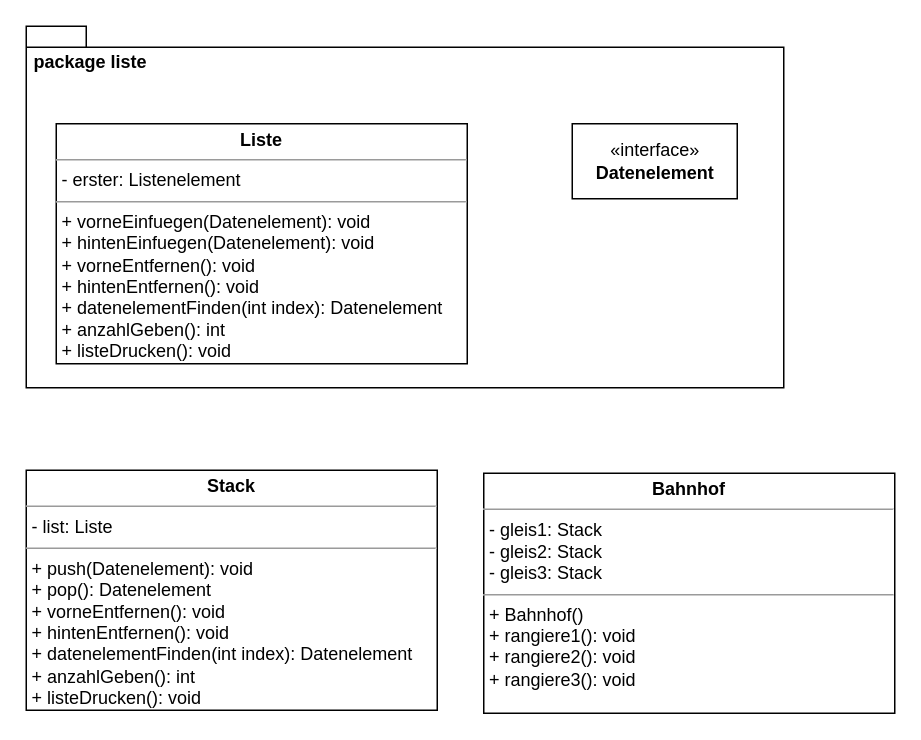
Above: page "Klassendiagramm" (1 of 2) of stack.drawio in JoernWVSG/diagram (draw.io), before the change. Source tidied: cells renumbered, new cells numbered last; positions are measured from the earlier drawing's top-left corner, leaving out a move shared by most shapes. Both pictures are drawn from the tidied source at 150%, with x=0, y=0 at pixel (26, 26).
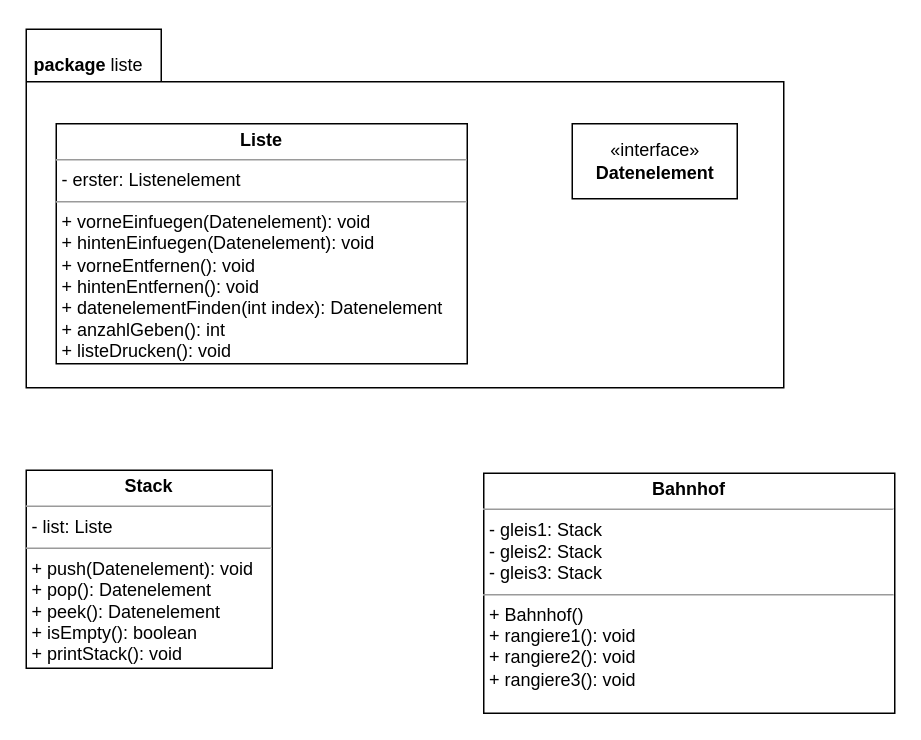
After the change.

Diff of the diagram source:
```diff
@@
 <mxGraphModel>
   <root>
     <mxCell id="0" />
     <mxCell id="1" parent="0" />
     <mxCell id="2" value="&lt;p style=&quot;margin: 0px ; margin-top: 4px ; text-align: center&quot;&gt;&lt;b&gt;Liste&lt;/b&gt;&lt;/p&gt;&lt;hr size=&quot;1&quot;&gt;&lt;p style=&quot;margin: 0px ; margin-left: 4px&quot;&gt;- erster: Listenelement&lt;/p&gt;&lt;hr size=&quot;1&quot;&gt;&lt;p style=&quot;margin: 0px 0px 0px 4px&quot;&gt;+ vorneEinfuegen(Datenelement): void&lt;/p&gt;&lt;p style=&quot;margin: 0px 0px 0px 4px&quot;&gt;+ hintenEinfuegen(Datenelement): void&lt;/p&gt;&lt;p style=&quot;margin: 0px 0px 0px 4px&quot;&gt;+ vorneEntfernen(): void&lt;/p&gt;&lt;p style=&quot;margin: 0px 0px 0px 4px&quot;&gt;+ hintenEntfernen(): void&lt;/p&gt;&lt;p style=&quot;margin: 0px 0px 0px 4px&quot;&gt;+ datenelementFinden(int index): Datenelement&lt;br&gt;+ anzahlGeben(): int&lt;/p&gt;&lt;p style=&quot;margin: 0px 0px 0px 4px&quot;&gt;+ listeDrucken(): void&lt;/p&gt;" style="verticalAlign=top;align=left;overflow=fill;fontSize=12;fontFamily=Helvetica;html=1;" parent="1" vertex="1">
       <mxGeometry x="20" y="65" width="274" height="160" as="geometry" />
     </mxCell>
-    <mxCell id="3" value="&amp;nbsp;package liste" style="shape=folder;fontStyle=1;spacingTop=10;tabWidth=40;tabHeight=14;tabPosition=left;html=1;fillColor=none;verticalAlign=top;align=left;" parent="1" vertex="1">
-      <mxGeometry width="505" height="241" as="geometry" />
+    <mxCell id="3" value="&amp;nbsp;package &lt;span style=&quot;font-weight: normal&quot;&gt;liste&lt;/span&gt;" style="shape=folder;fontStyle=1;spacingTop=10;tabWidth=90;tabHeight=35;tabPosition=left;html=1;fillColor=none;verticalAlign=top;align=left;" parent="1" vertex="1">
+      <mxGeometry y="2" width="505" height="239" as="geometry" />
     </mxCell>
     <mxCell id="4" value="«interface»&lt;br&gt;&lt;b&gt;Datenelement&lt;/b&gt;" style="html=1;" parent="1" vertex="1">
       <mxGeometry x="364" y="65" width="110" height="50" as="geometry" />
     </mxCell>
-    <mxCell id="5" value="&lt;p style=&quot;margin: 0px ; margin-top: 4px ; text-align: center&quot;&gt;&lt;b&gt;Stack&lt;/b&gt;&lt;/p&gt;&lt;hr size=&quot;1&quot;&gt;&lt;p style=&quot;margin: 0px ; margin-left: 4px&quot;&gt;- list: Liste&lt;/p&gt;&lt;hr size=&quot;1&quot;&gt;&lt;p style=&quot;margin: 0px 0px 0px 4px&quot;&gt;+ push(Datenelement): void&lt;/p&gt;&lt;p style=&quot;margin: 0px 0px 0px 4px&quot;&gt;+ pop(): Datenelement&lt;/p&gt;&lt;p style=&quot;margin: 0px 0px 0px 4px&quot;&gt;+ vorneEntfernen(): void&lt;/p&gt;&lt;p style=&quot;margin: 0px 0px 0px 4px&quot;&gt;+ hintenEntfernen(): void&lt;/p&gt;&lt;p style=&quot;margin: 0px 0px 0px 4px&quot;&gt;+ datenelementFinden(int index): Datenelement&lt;br&gt;+ anzahlGeben(): int&lt;/p&gt;&lt;p style=&quot;margin: 0px 0px 0px 4px&quot;&gt;+ listeDrucken(): void&lt;/p&gt;" style="verticalAlign=top;align=left;overflow=fill;fontSize=12;fontFamily=Helvetica;html=1;" parent="1" vertex="1">
-      <mxGeometry y="296" width="274" height="160" as="geometry" />
+    <mxCell id="5" value="&lt;p style=&quot;margin: 0px ; margin-top: 4px ; text-align: center&quot;&gt;&lt;b&gt;Stack&lt;/b&gt;&lt;/p&gt;&lt;hr size=&quot;1&quot;&gt;&lt;p style=&quot;margin: 0px ; margin-left: 4px&quot;&gt;- list: Liste&lt;/p&gt;&lt;hr size=&quot;1&quot;&gt;&lt;p style=&quot;margin: 0px 0px 0px 4px&quot;&gt;+ push(Datenelement): void&lt;/p&gt;&lt;p style=&quot;margin: 0px 0px 0px 4px&quot;&gt;+ pop(): Datenelement&lt;/p&gt;&lt;p style=&quot;margin: 0px 0px 0px 4px&quot;&gt;+ peek(): Datenelement&lt;/p&gt;&lt;p style=&quot;margin: 0px 0px 0px 4px&quot;&gt;+ isEmpty(): boolean&lt;/p&gt;&lt;p style=&quot;margin: 0px 0px 0px 4px&quot;&gt;+ printStack(): void&lt;br&gt;&lt;br&gt;&lt;/p&gt;" style="verticalAlign=top;align=left;overflow=fill;fontSize=12;fontFamily=Helvetica;html=1;" parent="1" vertex="1">
+      <mxGeometry y="296" width="164" height="132" as="geometry" />
     </mxCell>
     <mxCell id="6" value="&lt;p style=&quot;margin: 0px ; margin-top: 4px ; text-align: center&quot;&gt;&lt;b&gt;Bahnhof&lt;/b&gt;&lt;/p&gt;&lt;hr size=&quot;1&quot;&gt;&lt;p style=&quot;margin: 0px ; margin-left: 4px&quot;&gt;- gleis1: Stack&lt;/p&gt;&lt;p style=&quot;margin: 0px ; margin-left: 4px&quot;&gt;- gleis2: Stack&lt;/p&gt;&lt;p style=&quot;margin: 0px ; margin-left: 4px&quot;&gt;- gleis3: Stack&lt;/p&gt;&lt;hr size=&quot;1&quot;&gt;&lt;p style=&quot;margin: 0px 0px 0px 4px&quot;&gt;+ Bahnhof()&lt;/p&gt;&lt;p style=&quot;margin: 0px 0px 0px 4px&quot;&gt;+ rangiere1(): void&lt;/p&gt;&lt;p style=&quot;margin: 0px 0px 0px 4px&quot;&gt;+ rangiere2(): void&lt;/p&gt;&lt;p style=&quot;margin: 0px 0px 0px 4px&quot;&gt;+ rangiere3(): void&lt;/p&gt;" style="verticalAlign=top;align=left;overflow=fill;fontSize=12;fontFamily=Helvetica;html=1;" parent="1" vertex="1">
       <mxGeometry x="305" y="298" width="274" height="160" as="geometry" />
     </mxCell>
   </root>
 </mxGraphModel>
```
